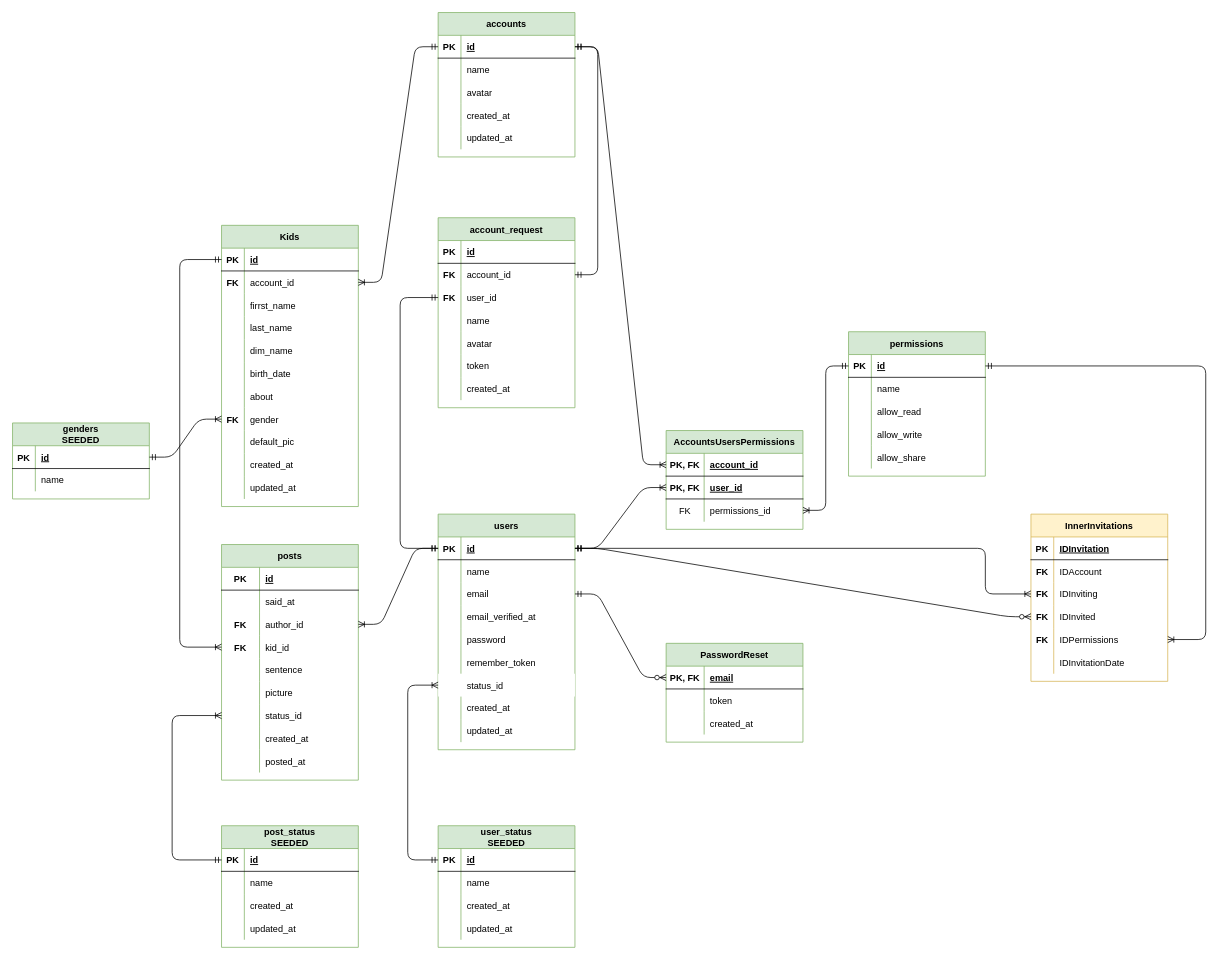
Before: ERD_tataamarcinv3.drawio in donsledzion/tata3, a draw.io diagram. Source tidied: cells renumbered, new cells numbered last; positions are measured from the earlier drawing's top-left corner, leaving out a move shared by most shapes. Both pictures are drawn from the tidied source at 76%, with x=0, y=0 at pixel (12, 12).
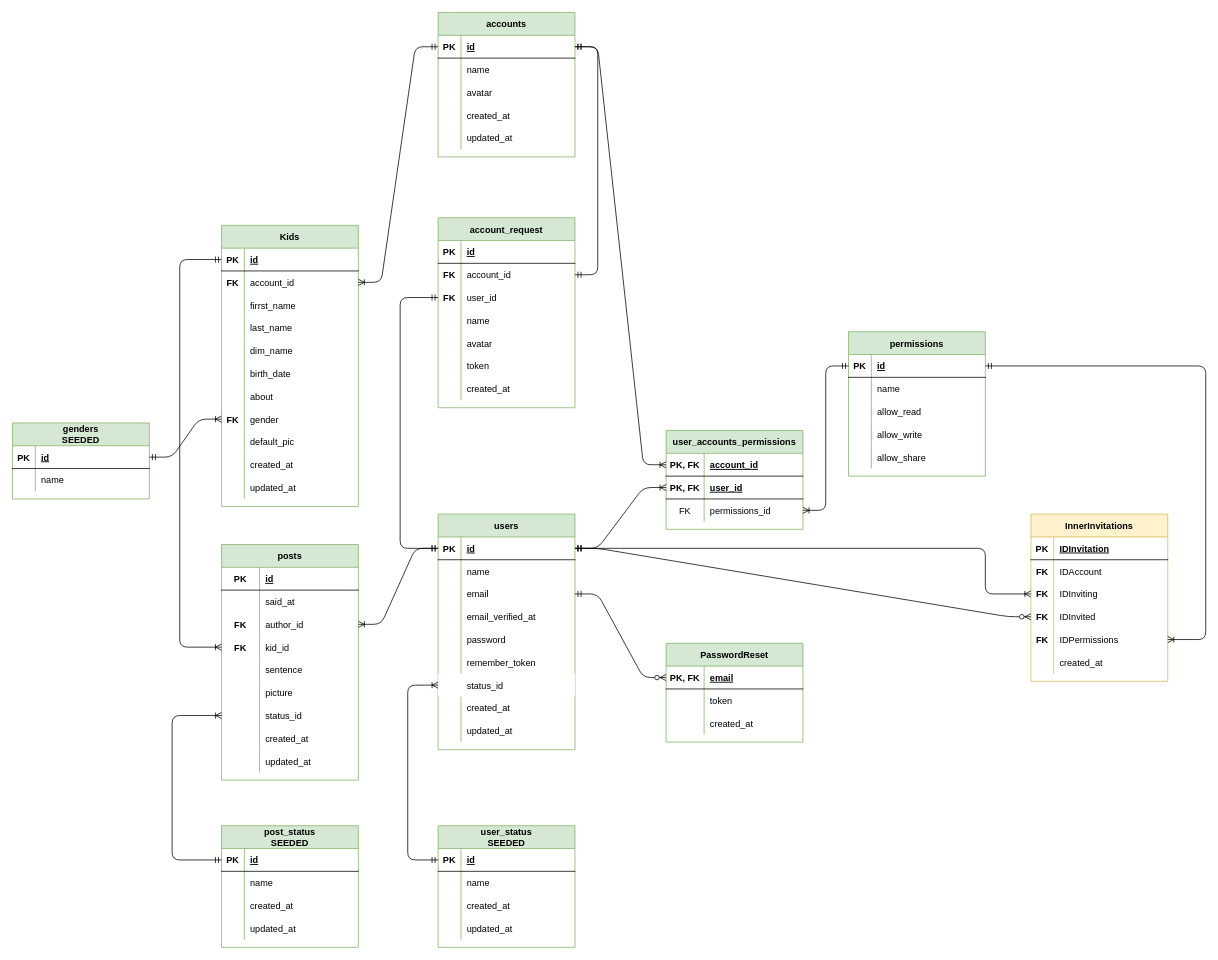
After the change.

Commit message (it also covers changes not shown here):
second step: finding out how mighty eloquent is. Added some germs of models and few views. Any user can now see: all users, all accounts and all kids

The change refers to these unchanged cells:
```xml
<mxCell id="27" style="shape=partialRectangle;fillColor=none;top=0;left=0;bottom=0;right=0;" parent="2" vertex="1">
  <mxGeometry y="270" width="180" height="30" as="geometry" />
</mxCell>
<mxCell id="189" style="shape=partialRectangle;fillColor=none;top=0;left=0;bottom=0;right=0;" parent="173" vertex="1">
  <mxGeometry y="180" width="180" height="30" as="geometry" />
</mxCell>
```

The edit, as a diff of the source:
```diff
@@
-    <mxCell id="29" value="posted_at" style="shape=partialRectangle;fillColor=none;top=0;left=0;bottom=0;right=0;align=left;spacingLeft=6;overflow=hidden;" parent="27" vertex="1">
+    <mxCell id="29" value="updated_at" style="shape=partialRectangle;fillColor=none;top=0;left=0;bottom=0;right=0;align=left;spacingLeft=6;overflow=hidden;" parent="27" vertex="1">
       <mxGeometry x="50" width="130" height="30" as="geometry" />
     </mxCell>
@@
-    <mxCell id="126" value="AccountsUsersPermissions" style="shape=table;startSize=30;childLayout=tableLayout;rowLines=0;fontStyle=1;align=center;fillColor=#d5e8d4;strokeColor=#82b366;" parent="1" vertex="1">
+    <mxCell id="126" value="user_accounts_permissions" style="shape=table;startSize=30;childLayout=tableLayout;rowLines=0;fontStyle=1;align=center;fillColor=#d5e8d4;strokeColor=#82b366;" parent="1" vertex="1">
       <mxGeometry x="860" y="550" width="180" height="130" as="geometry" />
     </mxCell>
@@
-    <mxCell id="191" value="IDInvitationDate" style="shape=partialRectangle;fillColor=none;top=0;left=0;bottom=0;right=0;align=left;spacingLeft=6;overflow=hidden;" parent="189" vertex="1">
+    <mxCell id="191" value="created_at" style="shape=partialRectangle;fillColor=none;top=0;left=0;bottom=0;right=0;align=left;spacingLeft=6;overflow=hidden;" parent="189" vertex="1">
       <mxGeometry x="30" width="150" height="30" as="geometry" />
     </mxCell>
```
